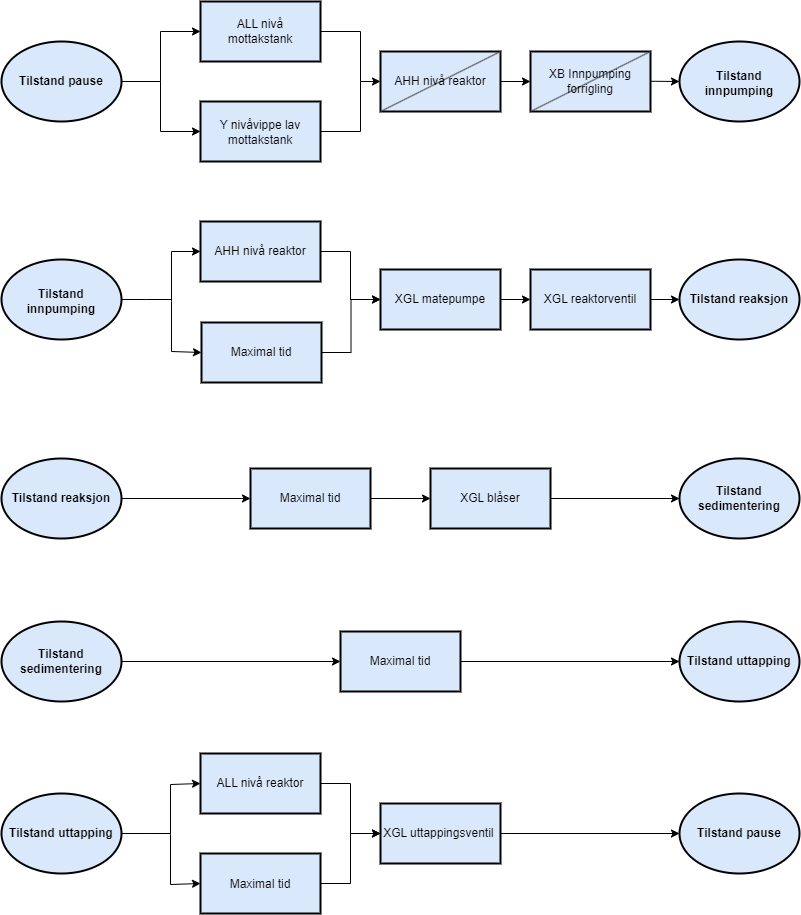
Above: Latex1/Figurar/Tilstandsovergang.drawio.png in PeterSkaar/RA200-Bachelor (draw.io), before the change. Source tidied: cells renumbered, new cells last; positions are measured from the earlier drawing's top-left corner, leaving out a move shared by most shapes. The source it was exported from:
```xml
<mxGraphModel>
  <root>
    <mxCell id="0" />
    <mxCell id="1" parent="0" />
    <mxCell id="2" style="rounded=0;whiteSpace=wrap;html=1;strokeWidth=2;fillColor=#dae8fc;strokeColor=#000000;" parent="1" vertex="1">
      <mxGeometry x="199" width="120" height="60" as="geometry" />
    </mxCell>
    <mxCell id="3" style="rounded=0;whiteSpace=wrap;html=1;strokeWidth=2;fillColor=#dae8fc;strokeColor=#000000;" parent="1" vertex="1">
      <mxGeometry x="199" y="100" width="120" height="60" as="geometry" />
    </mxCell>
    <mxCell id="4" style="rounded=0;whiteSpace=wrap;html=1;strokeWidth=2;fillColor=#dae8fc;strokeColor=#000000;" parent="1" vertex="1">
      <mxGeometry x="379" y="50" width="120" height="60" as="geometry" />
    </mxCell>
    <mxCell id="5" style="rounded=0;whiteSpace=wrap;html=1;strokeWidth=2;fillColor=#dae8fc;strokeColor=#000000;" parent="1" vertex="1">
      <mxGeometry x="529" y="50" width="120" height="60" as="geometry" />
    </mxCell>
    <mxCell id="6" style="endArrow=none;html=1;rounded=0;" parent="1" edge="1">
      <mxGeometry relative="1" as="geometry">
        <mxPoint x="89" y="80" as="sourcePoint" />
        <mxPoint x="159" y="80" as="targetPoint" />
      </mxGeometry>
    </mxCell>
    <mxCell id="7" style="endArrow=classic;html=1;rounded=0;entryX=0;entryY=0.5;entryDx=0;entryDy=0;endFill=1;" parent="1" edge="1" target="4">
      <mxGeometry relative="1" as="geometry">
        <mxPoint x="319" y="130" as="sourcePoint" />
        <Array as="points">
          <mxPoint x="359" y="130" />
          <mxPoint x="359" y="80" />
        </Array>
      </mxGeometry>
    </mxCell>
    <mxCell id="8" style="endArrow=none;html=1;rounded=0;" parent="1" edge="1">
      <mxGeometry relative="1" as="geometry">
        <mxPoint x="319" y="30" as="sourcePoint" />
        <mxPoint x="359" y="80" as="targetPoint" />
        <Array as="points">
          <mxPoint x="359" y="30" />
        </Array>
      </mxGeometry>
    </mxCell>
    <mxCell id="9" style="endArrow=classic;html=1;rounded=0;entryX=0;entryY=0.5;entryDx=0;entryDy=0;endFill=1;" parent="1" edge="1" target="5">
      <mxGeometry relative="1" as="geometry">
        <mxPoint x="499" y="80" as="sourcePoint" />
      </mxGeometry>
    </mxCell>
    <mxCell id="10" value="ALL nivå mottakstank" style="text;html=1;align=center;verticalAlign=middle;whiteSpace=wrap;rounded=0;" parent="1" vertex="1">
      <mxGeometry x="209" y="15" width="100" height="30" as="geometry" />
    </mxCell>
    <mxCell id="11" value="Y nivåvippe lav mottakstank" style="text;html=1;align=center;verticalAlign=middle;whiteSpace=wrap;rounded=0;" parent="1" vertex="1">
      <mxGeometry x="209" y="116" width="100" height="30" as="geometry" />
    </mxCell>
    <mxCell id="12" style="endArrow=none;html=1;rounded=0;entryX=1;entryY=0;entryDx=0;entryDy=0;fillColor=#0050ef;strokeColor=#454545;" parent="1" edge="1" target="4">
      <mxGeometry relative="1" as="geometry">
        <mxPoint x="379" y="110" as="sourcePoint" />
      </mxGeometry>
    </mxCell>
    <mxCell id="13" value="AHH nivå reaktor" style="text;html=1;align=center;verticalAlign=middle;whiteSpace=wrap;rounded=0;" parent="1" vertex="1">
      <mxGeometry x="389" y="65" width="100" height="30" as="geometry" />
    </mxCell>
    <mxCell id="14" style="endArrow=classic;html=1;rounded=0;endFill=1;entryX=0;entryY=0.5;entryDx=0;entryDy=0;" parent="1" edge="1" target="20">
      <mxGeometry relative="1" as="geometry">
        <mxPoint x="649" y="79.8" as="sourcePoint" />
      </mxGeometry>
    </mxCell>
    <mxCell id="15" style="endArrow=none;html=1;rounded=0;entryX=1;entryY=0;entryDx=0;entryDy=0;fillColor=#0050ef;strokeColor=#454545;" parent="1" edge="1">
      <mxGeometry relative="1" as="geometry">
        <mxPoint x="529" y="110" as="sourcePoint" />
        <mxPoint x="649" y="50" as="targetPoint" />
      </mxGeometry>
    </mxCell>
    <mxCell id="16" value="XB Innpumping&lt;div&gt;forrigling&lt;/div&gt;" style="text;html=1;align=center;verticalAlign=middle;whiteSpace=wrap;rounded=0;strokeColor=none;" parent="1" vertex="1">
      <mxGeometry x="539" y="65" width="100" height="30" as="geometry" />
    </mxCell>
    <mxCell id="17" style="endArrow=classic;html=1;rounded=0;entryX=0;entryY=0.5;entryDx=0;entryDy=0;" parent="1" edge="1" target="2">
      <mxGeometry relative="1" as="geometry">
        <mxPoint x="159" y="80" as="sourcePoint" />
        <Array as="points">
          <mxPoint x="159" y="30" />
        </Array>
      </mxGeometry>
    </mxCell>
    <mxCell id="18" style="endArrow=classic;html=1;rounded=0;entryX=0;entryY=0.5;entryDx=0;entryDy=0;" parent="1" edge="1" target="3">
      <mxGeometry relative="1" as="geometry">
        <mxPoint x="159" y="80" as="sourcePoint" />
        <Array as="points">
          <mxPoint x="159" y="130" />
        </Array>
      </mxGeometry>
    </mxCell>
    <mxCell id="19" value="Tilstand pause" style="ellipse;whiteSpace=wrap;html=1;fillColor=#dae8fc;strokeColor=#000000;strokeWidth=2;fontStyle=1;" parent="1" vertex="1">
      <mxGeometry y="40" width="120" height="80" as="geometry" />
    </mxCell>
    <mxCell id="20" style="ellipse;whiteSpace=wrap;html=1;fillColor=#dae8fc;strokeColor=#000000;strokeWidth=2;fontStyle=1;" parent="1" vertex="1">
      <mxGeometry x="678" y="40" width="120" height="80" as="geometry" />
    </mxCell>
    <mxCell id="21" style="edgeStyle=orthogonalEdgeStyle;rounded=0;jettySize=auto;html=1;endArrow=none;endFill=0;" parent="1" edge="1" source="22">
      <mxGeometry relative="1" as="geometry">
        <mxPoint x="170.4" y="298" as="targetPoint" />
      </mxGeometry>
    </mxCell>
    <mxCell id="22" style="ellipse;whiteSpace=wrap;html=1;fillColor=#dae8fc;strokeColor=#000000;strokeWidth=2;fontStyle=1;" parent="1" vertex="1">
      <mxGeometry y="258" width="120" height="80" as="geometry" />
    </mxCell>
    <mxCell id="23" style="edgeStyle=orthogonalEdgeStyle;rounded=0;jettySize=auto;html=1;entryX=0;entryY=0.5;entryDx=0;entryDy=0;" parent="1" edge="1" source="24" target="32">
      <mxGeometry relative="1" as="geometry" />
    </mxCell>
    <mxCell id="24" style="rounded=0;whiteSpace=wrap;html=1;strokeWidth=2;fillColor=#dae8fc;strokeColor=#000000;" parent="1" vertex="1">
      <mxGeometry x="199" y="220" width="120" height="60" as="geometry" />
    </mxCell>
    <mxCell id="25" style="edgeStyle=orthogonalEdgeStyle;rounded=0;jettySize=auto;html=1;entryX=0;entryY=0.5;entryDx=0;entryDy=0;" parent="1" edge="1" source="26" target="32">
      <mxGeometry relative="1" as="geometry" />
    </mxCell>
    <mxCell id="26" style="rounded=0;whiteSpace=wrap;html=1;strokeWidth=2;fillColor=#dae8fc;strokeColor=#000000;" parent="1" vertex="1">
      <mxGeometry x="200" y="321" width="120" height="60" as="geometry" />
    </mxCell>
    <mxCell id="27" value="AHH nivå reaktor" style="text;html=1;align=center;verticalAlign=middle;whiteSpace=wrap;rounded=0;" parent="1" vertex="1">
      <mxGeometry x="209" y="235" width="100" height="30" as="geometry" />
    </mxCell>
    <mxCell id="28" value="Maximal tid" style="text;html=1;align=center;verticalAlign=middle;whiteSpace=wrap;rounded=0;" parent="1" vertex="1">
      <mxGeometry x="210" y="336" width="100" height="30" as="geometry" />
    </mxCell>
    <mxCell id="29" style="endArrow=classic;html=1;rounded=0;entryX=0;entryY=0.5;entryDx=0;entryDy=0;" parent="1" edge="1" target="24">
      <mxGeometry relative="1" as="geometry">
        <mxPoint x="170" y="300" as="sourcePoint" />
        <Array as="points">
          <mxPoint x="170" y="250" />
        </Array>
      </mxGeometry>
    </mxCell>
    <mxCell id="30" style="endArrow=classic;html=1;rounded=0;entryX=0;entryY=0.5;entryDx=0;entryDy=0;" parent="1" edge="1" target="26">
      <mxGeometry relative="1" as="geometry">
        <mxPoint x="170" y="300" as="sourcePoint" />
        <Array as="points">
          <mxPoint x="170" y="350" />
        </Array>
      </mxGeometry>
    </mxCell>
    <mxCell id="31" style="edgeStyle=orthogonalEdgeStyle;rounded=0;jettySize=auto;html=1;entryX=0;entryY=0.5;entryDx=0;entryDy=0;" parent="1" edge="1" source="32" target="34">
      <mxGeometry relative="1" as="geometry" />
    </mxCell>
    <mxCell id="32" value="XGL matepumpe" style="rounded=0;whiteSpace=wrap;html=1;strokeWidth=2;fillColor=#dae8fc;strokeColor=#000000;" parent="1" vertex="1">
      <mxGeometry x="379" y="268" width="120" height="60" as="geometry" />
    </mxCell>
    <mxCell id="33" style="edgeStyle=orthogonalEdgeStyle;rounded=0;jettySize=auto;html=1;entryX=0;entryY=0.5;entryDx=0;entryDy=0;" parent="1" edge="1" source="34" target="35">
      <mxGeometry relative="1" as="geometry" />
    </mxCell>
    <mxCell id="34" value="XGL reaktorventil" style="rounded=0;whiteSpace=wrap;html=1;strokeWidth=2;fillColor=#dae8fc;strokeColor=#000000;" parent="1" vertex="1">
      <mxGeometry x="529" y="268" width="120" height="60" as="geometry" />
    </mxCell>
    <mxCell id="35" value="Tilstand reaksjon" style="ellipse;whiteSpace=wrap;html=1;fillColor=#dae8fc;strokeColor=#000000;strokeWidth=2;fontStyle=1;" parent="1" vertex="1">
      <mxGeometry x="678" y="258" width="120" height="80" as="geometry" />
    </mxCell>
    <mxCell id="36" style="edgeStyle=orthogonalEdgeStyle;rounded=0;jettySize=auto;html=1;entryX=0;entryY=0.5;entryDx=0;entryDy=0;" parent="1" edge="1" source="37" target="39">
      <mxGeometry relative="1" as="geometry" />
    </mxCell>
    <mxCell id="37" value="Tilstand reaksjon" style="ellipse;whiteSpace=wrap;html=1;fillColor=#dae8fc;strokeColor=#000000;strokeWidth=2;fontStyle=1;" parent="1" vertex="1">
      <mxGeometry y="457" width="120" height="80" as="geometry" />
    </mxCell>
    <mxCell id="38" style="edgeStyle=orthogonalEdgeStyle;rounded=0;jettySize=auto;html=1;entryX=0;entryY=0.5;entryDx=0;entryDy=0;" parent="1" edge="1" source="39" target="41">
      <mxGeometry relative="1" as="geometry" />
    </mxCell>
    <mxCell id="39" value="Maximal tid" style="rounded=0;whiteSpace=wrap;html=1;strokeWidth=2;fillColor=#dae8fc;strokeColor=#000000;" parent="1" vertex="1">
      <mxGeometry x="249" y="467" width="120" height="60" as="geometry" />
    </mxCell>
    <mxCell id="40" style="edgeStyle=orthogonalEdgeStyle;rounded=0;jettySize=auto;html=1;entryX=0;entryY=0.5;entryDx=0;entryDy=0;" parent="1" edge="1" source="41" target="42">
      <mxGeometry relative="1" as="geometry" />
    </mxCell>
    <mxCell id="41" value="XGL blåser" style="rounded=0;whiteSpace=wrap;html=1;strokeWidth=2;fillColor=#dae8fc;strokeColor=#000000;" parent="1" vertex="1">
      <mxGeometry x="429" y="467" width="120" height="60" as="geometry" />
    </mxCell>
    <mxCell id="42" value="Tilstand sedimentering" style="ellipse;whiteSpace=wrap;html=1;fillColor=#dae8fc;strokeColor=#000000;strokeWidth=2;fontStyle=1;" parent="1" vertex="1">
      <mxGeometry x="678" y="457" width="120" height="80" as="geometry" />
    </mxCell>
    <mxCell id="43" style="edgeStyle=orthogonalEdgeStyle;rounded=0;jettySize=auto;html=1;entryX=0;entryY=0.5;entryDx=0;entryDy=0;" parent="1" edge="1" source="44" target="46">
      <mxGeometry relative="1" as="geometry" />
    </mxCell>
    <mxCell id="44" value="Tilstand sedimentering" style="ellipse;whiteSpace=wrap;html=1;fillColor=#dae8fc;strokeColor=#000000;strokeWidth=2;fontStyle=1;" parent="1" vertex="1">
      <mxGeometry y="620" width="120" height="80" as="geometry" />
    </mxCell>
    <mxCell id="45" style="edgeStyle=orthogonalEdgeStyle;rounded=0;jettySize=auto;html=1;entryX=0;entryY=0.5;entryDx=0;entryDy=0;" parent="1" edge="1" source="46" target="47">
      <mxGeometry relative="1" as="geometry" />
    </mxCell>
    <mxCell id="46" value="Maximal tid" style="rounded=0;whiteSpace=wrap;html=1;strokeWidth=2;fillColor=#dae8fc;strokeColor=#000000;" parent="1" vertex="1">
      <mxGeometry x="339" y="630" width="120" height="60" as="geometry" />
    </mxCell>
    <mxCell id="47" value="Tilstand uttapping" style="ellipse;whiteSpace=wrap;html=1;fillColor=#dae8fc;strokeColor=#000000;strokeWidth=2;fontStyle=1;" parent="1" vertex="1">
      <mxGeometry x="678" y="620" width="120" height="80" as="geometry" />
    </mxCell>
    <mxCell id="48" style="edgeStyle=orthogonalEdgeStyle;rounded=0;jettySize=auto;html=1;endArrow=none;endFill=0;" parent="1" edge="1" source="49">
      <mxGeometry relative="1" as="geometry">
        <mxPoint x="169.2" y="832" as="targetPoint" />
      </mxGeometry>
    </mxCell>
    <mxCell id="49" value="Tilstand uttapping" style="ellipse;whiteSpace=wrap;html=1;fillColor=#dae8fc;strokeColor=#000000;strokeWidth=2;fontStyle=1;" parent="1" vertex="1">
      <mxGeometry y="792" width="120" height="80" as="geometry" />
    </mxCell>
    <mxCell id="50" style="edgeStyle=orthogonalEdgeStyle;rounded=0;jettySize=auto;html=1;entryX=0;entryY=0.5;entryDx=0;entryDy=0;" parent="1" edge="1" source="51" target="59">
      <mxGeometry relative="1" as="geometry" />
    </mxCell>
    <mxCell id="51" style="rounded=0;whiteSpace=wrap;html=1;strokeWidth=2;fillColor=#dae8fc;strokeColor=#000000;" parent="1" vertex="1">
      <mxGeometry x="199" y="752" width="120" height="60" as="geometry" />
    </mxCell>
    <mxCell id="52" style="edgeStyle=orthogonalEdgeStyle;rounded=0;jettySize=auto;html=1;entryX=0;entryY=0.5;entryDx=0;entryDy=0;" parent="1" edge="1" source="53" target="59">
      <mxGeometry relative="1" as="geometry" />
    </mxCell>
    <mxCell id="53" style="rounded=0;whiteSpace=wrap;html=1;strokeWidth=2;fillColor=#dae8fc;strokeColor=#000000;" parent="1" vertex="1">
      <mxGeometry x="199" y="852" width="120" height="60" as="geometry" />
    </mxCell>
    <mxCell id="54" value="ALL nivå reaktor" style="text;html=1;align=center;verticalAlign=middle;whiteSpace=wrap;rounded=0;" parent="1" vertex="1">
      <mxGeometry x="209" y="767" width="100" height="30" as="geometry" />
    </mxCell>
    <mxCell id="55" value="Maximal tid" style="text;html=1;align=center;verticalAlign=middle;whiteSpace=wrap;rounded=0;" parent="1" vertex="1">
      <mxGeometry x="209" y="868" width="100" height="30" as="geometry" />
    </mxCell>
    <mxCell id="56" style="endArrow=classic;html=1;rounded=0;entryX=0;entryY=0.5;entryDx=0;entryDy=0;" parent="1" edge="1" target="51">
      <mxGeometry relative="1" as="geometry">
        <mxPoint x="169" y="833" as="sourcePoint" />
        <Array as="points">
          <mxPoint x="169" y="783" />
        </Array>
      </mxGeometry>
    </mxCell>
    <mxCell id="57" style="endArrow=classic;html=1;rounded=0;entryX=0;entryY=0.5;entryDx=0;entryDy=0;" parent="1" edge="1" target="53">
      <mxGeometry relative="1" as="geometry">
        <mxPoint x="169" y="833" as="sourcePoint" />
        <Array as="points">
          <mxPoint x="169" y="883" />
        </Array>
      </mxGeometry>
    </mxCell>
    <mxCell id="58" style="edgeStyle=orthogonalEdgeStyle;rounded=0;jettySize=auto;html=1;entryX=0;entryY=0.5;entryDx=0;entryDy=0;" parent="1" edge="1" source="59" target="60">
      <mxGeometry relative="1" as="geometry" />
    </mxCell>
    <mxCell id="59" value="XGL uttappingsventil&amp;nbsp;" style="rounded=0;whiteSpace=wrap;html=1;strokeWidth=2;fillColor=#dae8fc;strokeColor=#000000;" parent="1" vertex="1">
      <mxGeometry x="379" y="802" width="120" height="60" as="geometry" />
    </mxCell>
    <mxCell id="60" value="Tilstand pause" style="ellipse;whiteSpace=wrap;html=1;fillColor=#dae8fc;strokeColor=#000000;strokeWidth=2;fontStyle=1;" parent="1" vertex="1">
      <mxGeometry x="678" y="792" width="120" height="80" as="geometry" />
    </mxCell>
    <mxCell id="61" value="&lt;b&gt;Tilstand innpumping&lt;/b&gt;" style="text;html=1;align=center;verticalAlign=middle;whiteSpace=wrap;rounded=0;" parent="1" vertex="1">
      <mxGeometry x="10" y="285" width="100" height="30" as="geometry" />
    </mxCell>
    <mxCell id="62" value="&lt;b&gt;Tilstand innpumping&lt;/b&gt;" style="text;html=1;align=center;verticalAlign=middle;whiteSpace=wrap;rounded=0;" parent="1" vertex="1">
      <mxGeometry x="688" y="67" width="100" height="30" as="geometry" />
    </mxCell>
  </root>
</mxGraphModel>
```
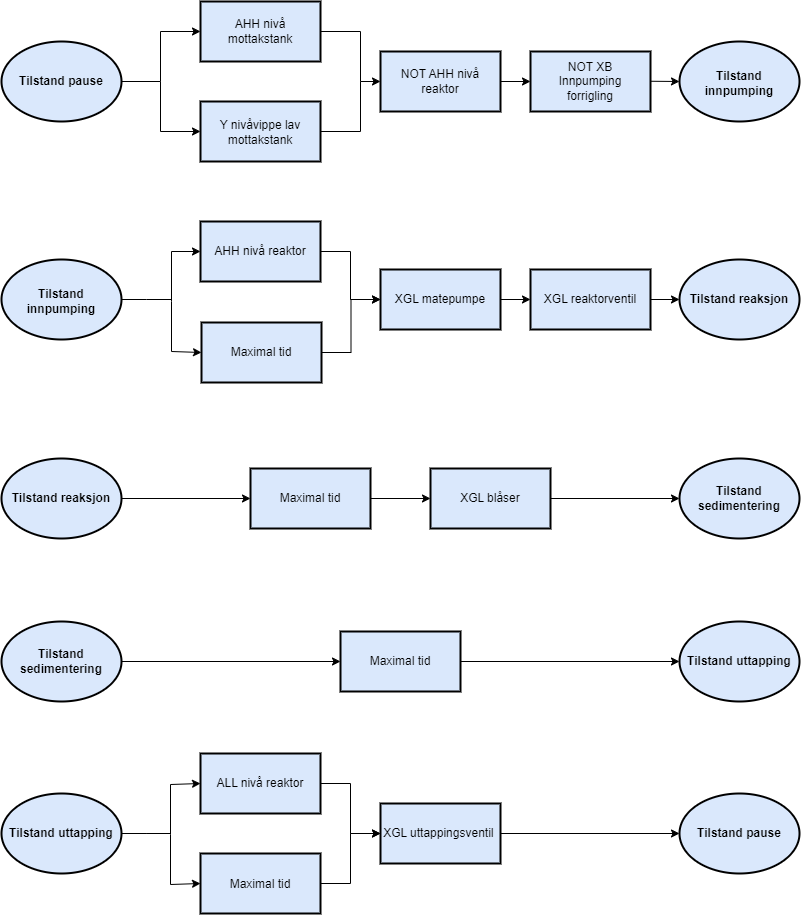
After the change.

The edit, as a diff of the source:
```diff
@@ -43,18 +43,13 @@
         <mxPoint x="499" y="80" as="sourcePoint" />
       </mxGeometry>
     </mxCell>
-    <mxCell id="10" value="ALL nivå mottakstank" style="text;html=1;align=center;verticalAlign=middle;whiteSpace=wrap;rounded=0;" parent="1" vertex="1">
+    <mxCell id="10" value="AHH nivå mottakstank" style="text;html=1;align=center;verticalAlign=middle;whiteSpace=wrap;rounded=0;" parent="1" vertex="1">
       <mxGeometry x="209" y="15" width="100" height="30" as="geometry" />
     </mxCell>
     <mxCell id="11" value="Y nivåvippe lav mottakstank" style="text;html=1;align=center;verticalAlign=middle;whiteSpace=wrap;rounded=0;" parent="1" vertex="1">
       <mxGeometry x="209" y="116" width="100" height="30" as="geometry" />
     </mxCell>
-    <mxCell id="12" style="endArrow=none;html=1;rounded=0;entryX=1;entryY=0;entryDx=0;entryDy=0;fillColor=#0050ef;strokeColor=#454545;" parent="1" edge="1" target="4">
-      <mxGeometry relative="1" as="geometry">
-        <mxPoint x="379" y="110" as="sourcePoint" />
-      </mxGeometry>
-    </mxCell>
-    <mxCell id="13" value="AHH nivå reaktor" style="text;html=1;align=center;verticalAlign=middle;whiteSpace=wrap;rounded=0;" parent="1" vertex="1">
+    <mxCell id="13" value="NOT AHH nivå reaktor" style="text;html=1;align=center;verticalAlign=middle;whiteSpace=wrap;rounded=0;" parent="1" vertex="1">
       <mxGeometry x="389" y="65" width="100" height="30" as="geometry" />
     </mxCell>
     <mxCell id="14" style="endArrow=classic;html=1;rounded=0;endFill=1;entryX=0;entryY=0.5;entryDx=0;entryDy=0;" parent="1" edge="1" target="20">
@@ -62,13 +57,7 @@
         <mxPoint x="649" y="79.8" as="sourcePoint" />
       </mxGeometry>
     </mxCell>
-    <mxCell id="15" style="endArrow=none;html=1;rounded=0;entryX=1;entryY=0;entryDx=0;entryDy=0;fillColor=#0050ef;strokeColor=#454545;" parent="1" edge="1">
-      <mxGeometry relative="1" as="geometry">
-        <mxPoint x="529" y="110" as="sourcePoint" />
-        <mxPoint x="649" y="50" as="targetPoint" />
-      </mxGeometry>
-    </mxCell>
-    <mxCell id="16" value="XB Innpumping&lt;div&gt;forrigling&lt;/div&gt;" style="text;html=1;align=center;verticalAlign=middle;whiteSpace=wrap;rounded=0;strokeColor=none;" parent="1" vertex="1">
+    <mxCell id="16" value="NOT XB Innpumping&lt;div&gt;forrigling&lt;/div&gt;" style="text;html=1;align=center;verticalAlign=middle;whiteSpace=wrap;rounded=0;strokeColor=none;" parent="1" vertex="1">
       <mxGeometry x="539" y="65" width="100" height="30" as="geometry" />
     </mxCell>
     <mxCell id="17" style="endArrow=classic;html=1;rounded=0;entryX=0;entryY=0.5;entryDx=0;entryDy=0;" parent="1" edge="1" target="2">
```
